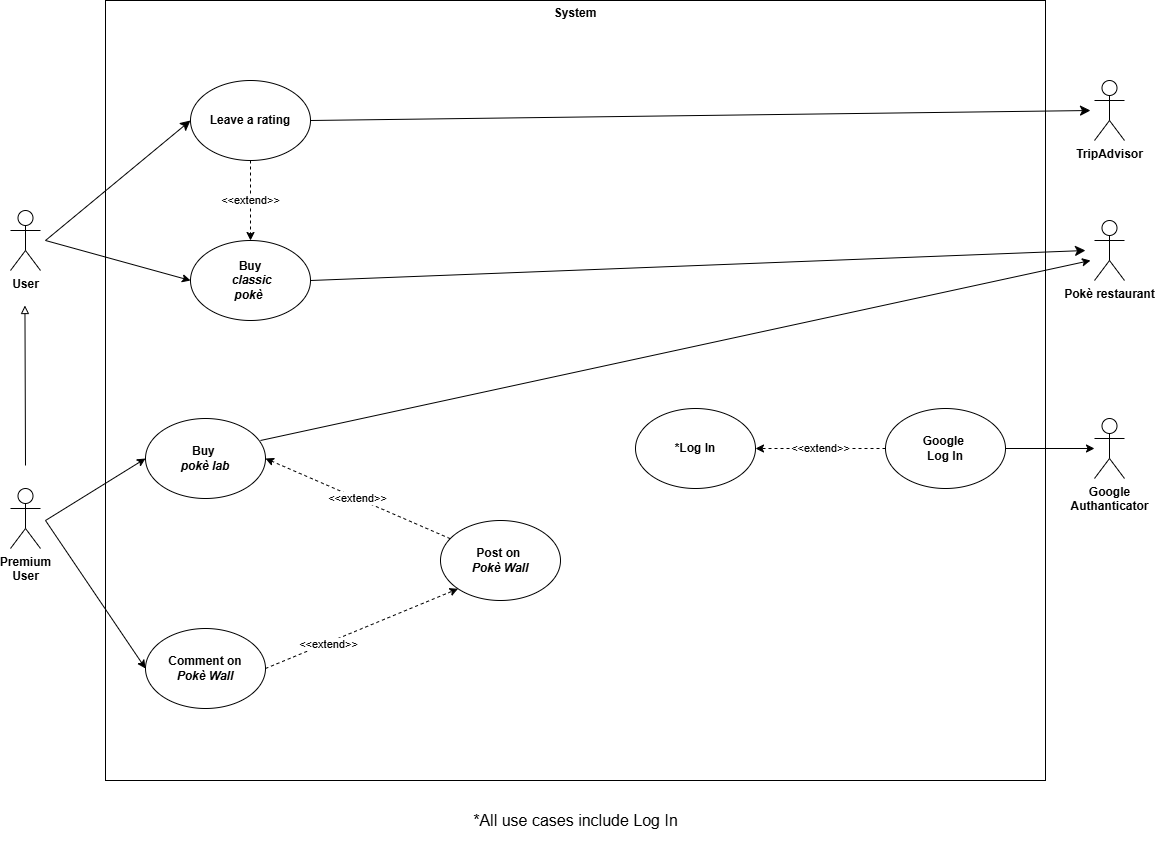
Earlier version of the draw.io export diagrams/UseCaseDiagram.drawio.png (matteopinfildi/ISPW-Project). Source tidied: cells renumbered, new cells last; positions are measured from the earlier drawing's top-left corner, leaving out a move shared by most shapes.
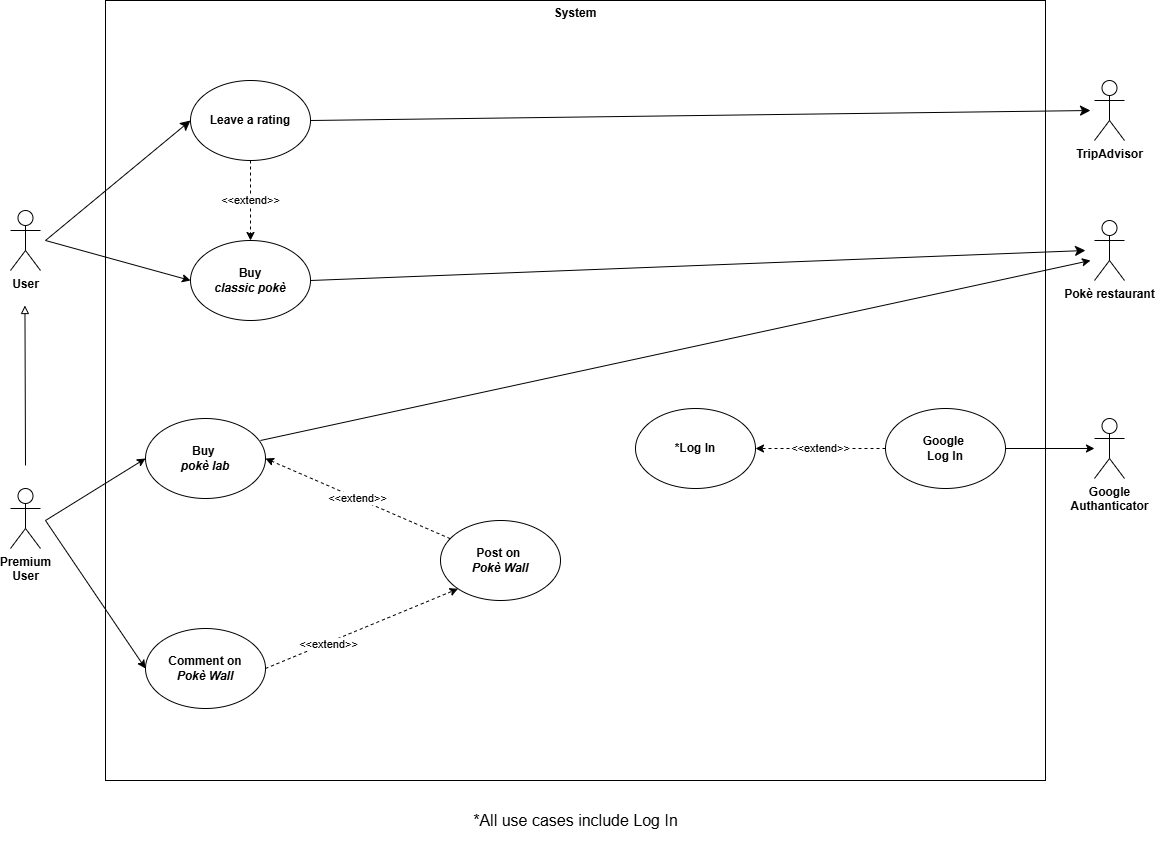
The same file after the commit.

What changed in the source:
```diff
@@ -32,7 +32,7 @@
         <mxPoint x="1075" y="250" as="targetPoint" />
       </mxGeometry>
     </mxCell>
-    <mxCell id="10" value="&lt;b&gt;Buy&lt;/b&gt;&lt;br&gt;&lt;div&gt;&lt;b&gt;&amp;nbsp;&lt;i&gt;classic&lt;/i&gt;&lt;/b&gt;&lt;/div&gt;&lt;div&gt;&lt;b&gt;&lt;i&gt;pokè&amp;nbsp;&lt;/i&gt;&lt;/b&gt;&lt;/div&gt;" style="ellipse;whiteSpace=wrap;html=1;" parent="1" vertex="1">
+    <mxCell id="10" value="&lt;b&gt;Buy&lt;/b&gt;&lt;br&gt;&lt;div&gt;&lt;b&gt;&amp;nbsp;&lt;i&gt;classic&amp;nbsp;&lt;/i&gt;&lt;/b&gt;&lt;b style=&quot;background-color: transparent; color: light-dark(rgb(0, 0, 0), rgb(255, 255, 255));&quot;&gt;&lt;i&gt;pokè&amp;nbsp;&lt;/i&gt;&lt;/b&gt;&lt;/div&gt;" style="ellipse;whiteSpace=wrap;html=1;" parent="1" vertex="1">
       <mxGeometry x="180" y="240" width="120" height="80" as="geometry" />
     </mxCell>
     <mxCell id="11" style="endArrow=classic;html=1;rounded=0;entryX=0;entryY=0.5;entryDx=0;entryDy=0;" parent="1" edge="1" target="10">
```
